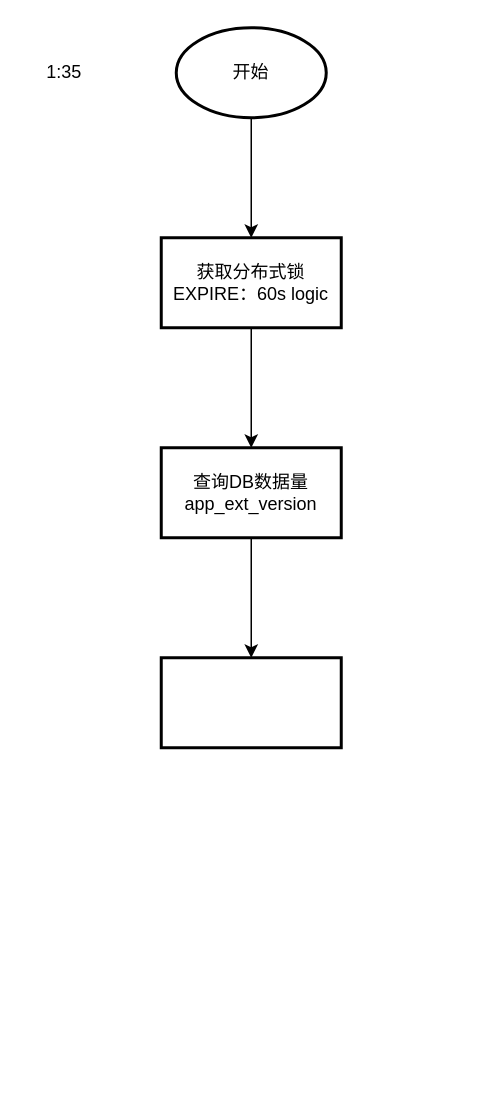
Earlier version of the draw.io diagram 资源渠道包加载.drawio (ETHAN0430/draw.io.repo). Source tidied: cells renumbered, new cells numbered last; positions are measured from the earlier drawing's top-left corner, leaving out a move shared by most shapes. Both pictures are drawn from the tidied source at 150%, with x=0, y=0 at pixel (26, 27).
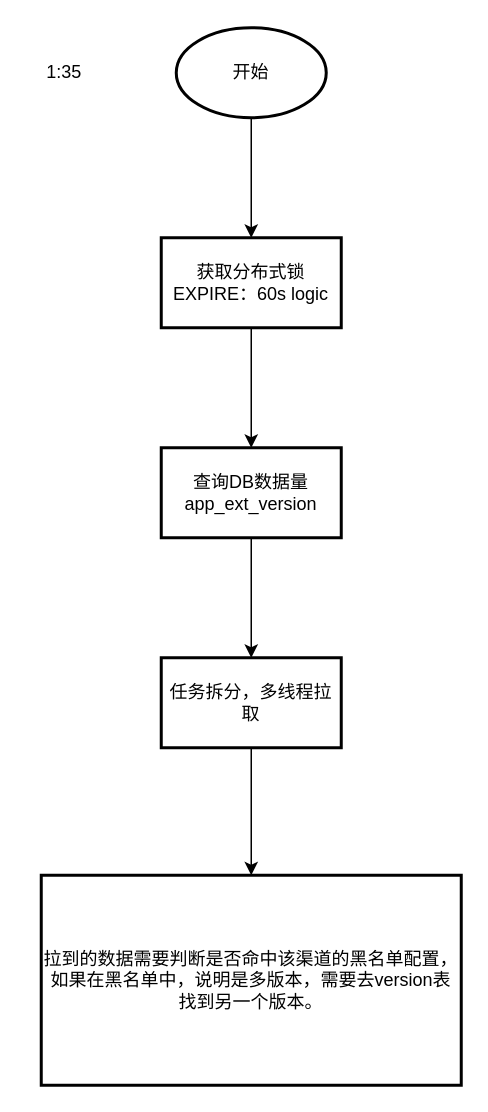
The same diagram, later.

Commit message (it also covers changes not shown here):
更新资源渠道包加载.drawio

Change to the diagram source:
```diff
@@
 <mxGraphModel>
   <root>
     <mxCell id="0" />
     <mxCell id="1" parent="0" />
     <mxCell id="2" style="edgeStyle=orthogonalEdgeStyle;rounded=0;jettySize=auto;html=1;" parent="1" edge="1" source="3" target="6">
       <mxGeometry relative="1" as="geometry" />
     </mxCell>
     <mxCell id="3" value="开始" style="strokeWidth=2;html=1;shape=mxgraph.flowchart.start_1;whiteSpace=wrap;" parent="1" vertex="1">
       <mxGeometry x="100" width="100" height="60" as="geometry" />
     </mxCell>
     <mxCell id="4" value="1:35" style="text;html=1;align=center;verticalAlign=middle;strokeColor=none;fillColor=none;" parent="1" vertex="1">
       <mxGeometry y="15" width="50" height="30" as="geometry" />
     </mxCell>
     <mxCell id="5" style="edgeStyle=orthogonalEdgeStyle;rounded=0;jettySize=auto;html=1;" parent="1" edge="1" source="6" target="8">
       <mxGeometry relative="1" as="geometry" />
     </mxCell>
     <mxCell id="6" value="获取分布式锁&lt;br&gt;EXPIRE：60s logic" style="whiteSpace=wrap;html=1;strokeWidth=2;" parent="1" vertex="1">
       <mxGeometry x="90" y="140" width="120" height="60" as="geometry" />
     </mxCell>
     <mxCell id="7" style="edgeStyle=orthogonalEdgeStyle;rounded=0;jettySize=auto;html=1;" parent="1" edge="1" source="8" target="9">
       <mxGeometry relative="1" as="geometry" />
     </mxCell>
     <mxCell id="8" value="查询DB数据量&lt;br&gt;app_ext_version" style="whiteSpace=wrap;html=1;strokeWidth=2;" parent="1" vertex="1">
       <mxGeometry x="90" y="280" width="120" height="60" as="geometry" />
     </mxCell>
+    <mxCell id="10" style="edgeStyle=orthogonalEdgeStyle;rounded=0;jettySize=auto;html=1;" parent="1" edge="1" source="9" target="11">
+      <mxGeometry relative="1" as="geometry" />
+    </mxCell>
-    <mxCell id="9" style="whiteSpace=wrap;html=1;strokeWidth=2;" parent="1" vertex="1">
+    <mxCell id="9" value="任务拆分，多线程拉取" style="whiteSpace=wrap;html=1;strokeWidth=2;" parent="1" vertex="1">
       <mxGeometry x="90" y="420" width="120" height="60" as="geometry" />
     </mxCell>
+    <mxCell id="11" value="拉到的数据需要判断是否命中该渠道的黑名单配置，如果在黑名单中，说明是多版本，需要去version表找到另一个版本。" style="whiteSpace=wrap;html=1;strokeWidth=2;" parent="1" vertex="1">
+      <mxGeometry x="10" y="565" width="280" height="140" as="geometry" />
+    </mxCell>
   </root>
 </mxGraphModel>
```
